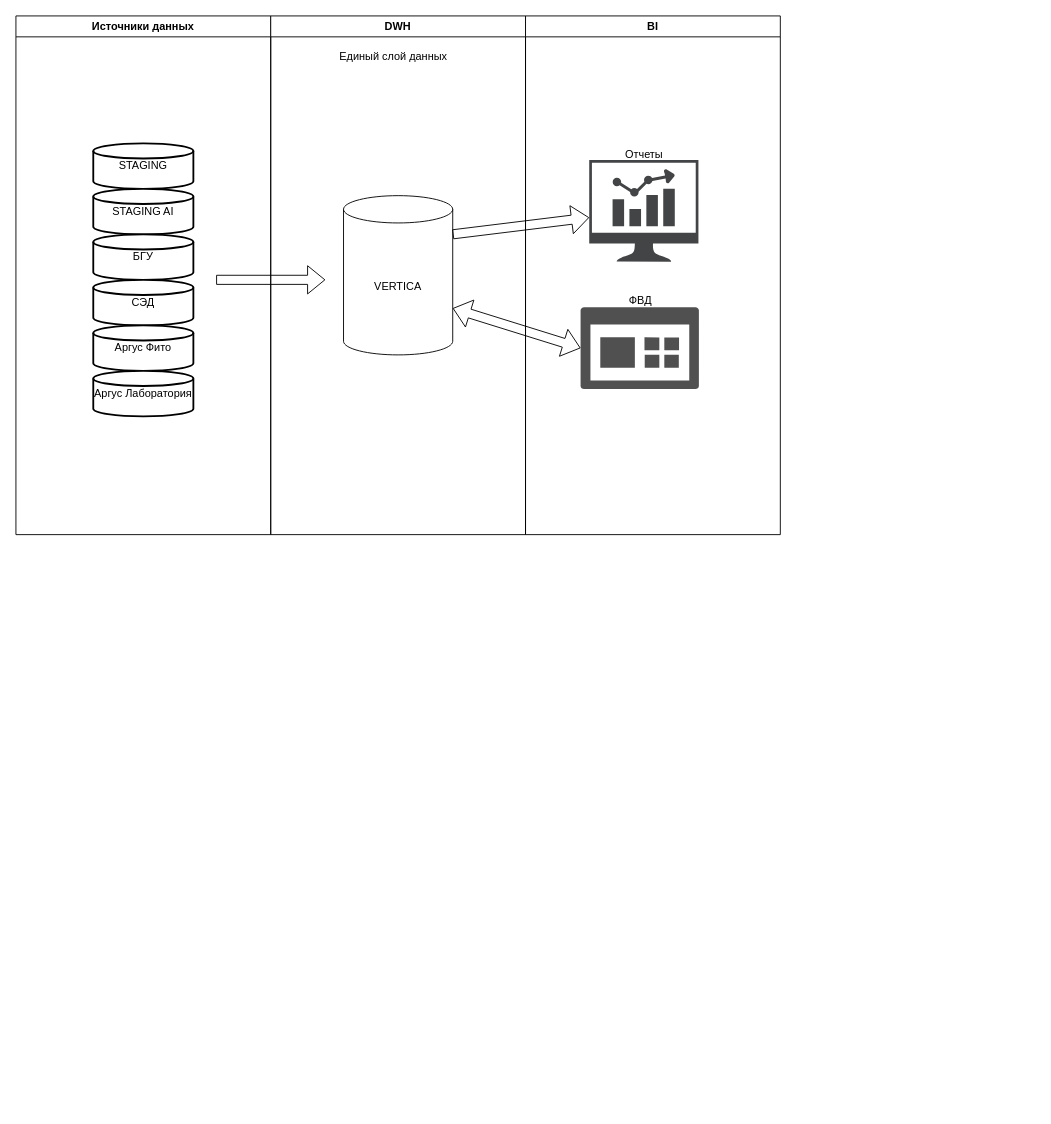
Above: page "Страница — 5" (5 of 5) of DEV_RSHN.drawio in Neutr1-n0/draw_io (draw.io), before the change. Source tidied: cells renumbered, new cells numbered last; positions are measured from the earlier drawing's top-left corner, leaving out a move shared by most shapes. Both pictures are drawn from the tidied source at 91%, with x=0, y=0 at pixel (15, 15).
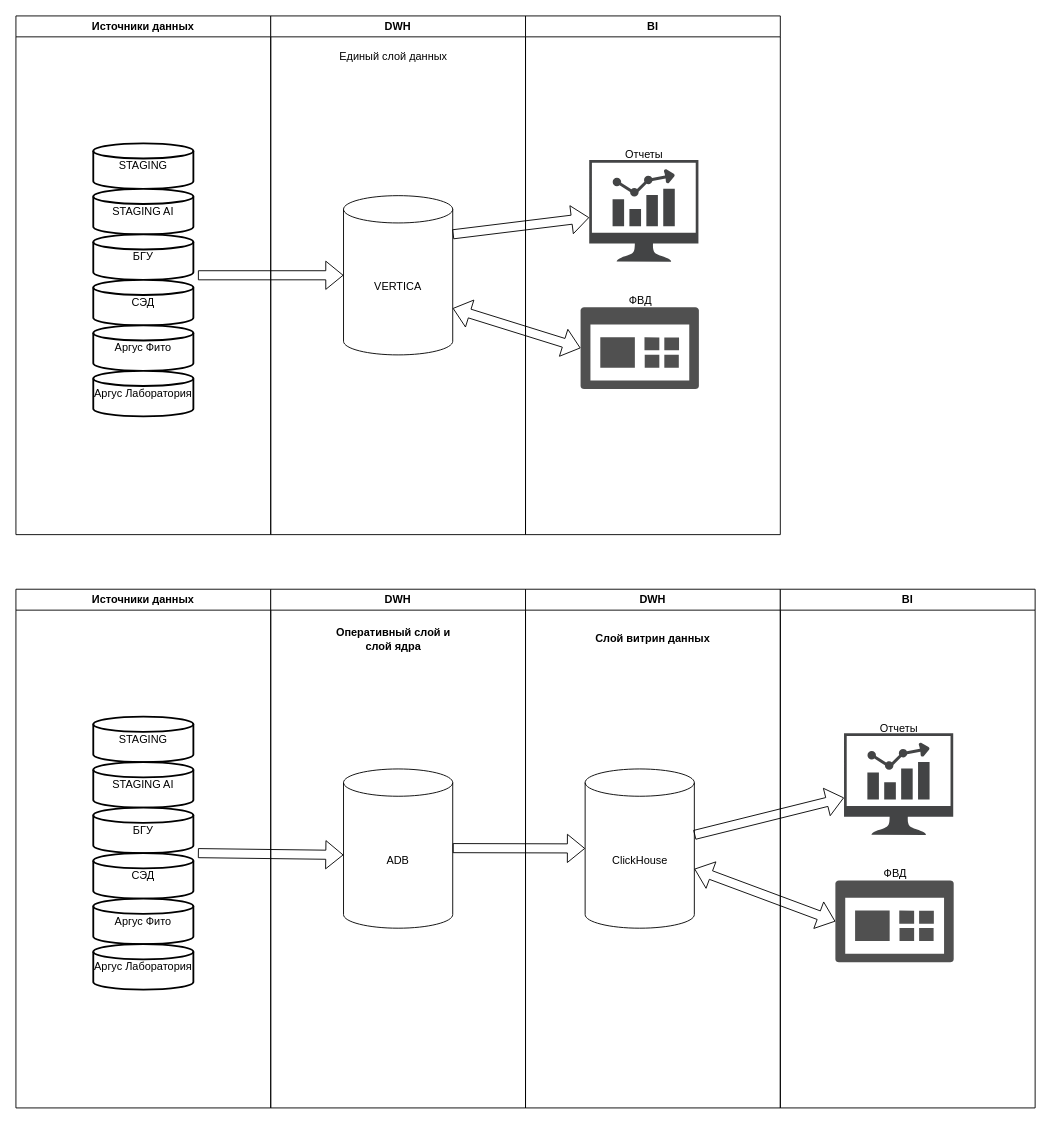
Above is the later version.

Unchanged cells that the change refers to:
```xml
<mxCell id="9" value="DWH" style="swimlane;whiteSpace=wrap;" parent="1" vertex="1">
  <mxGeometry x="280" width="280" height="570" as="geometry" />
</mxCell>
<mxCell id="10" value="VERTICA" style="shape=cylinder3;whiteSpace=wrap;html=1;boundedLbl=1;backgroundOutline=1;size=15;" parent="9" vertex="1">
  <mxGeometry x="80" y="197.5" width="120" height="175" as="geometry" />
</mxCell>
```

Diff of the diagram source:
```diff
@@
-    <mxCell id="12" style="shape=flexArrow;endArrow=classic;html=1;rounded=0;" parent="9" edge="1">
-      <mxGeometry relative="1" as="geometry">
-        <mxPoint x="-60" y="290" as="sourcePoint" />
-        <mxPoint x="60" y="290" as="targetPoint" />
-      </mxGeometry>
-    </mxCell>
@@
+    <mxCell id="20" value="Источники данных" style="swimlane;whiteSpace=wrap;" parent="1" vertex="1">
+      <mxGeometry y="630" width="280" height="570" as="geometry" />
+    </mxCell>
+    <mxCell id="21" value="STAGING" style="strokeWidth=2;html=1;shape=mxgraph.flowchart.database;whiteSpace=wrap;" parent="20" vertex="1">
+      <mxGeometry x="85" y="140" width="110" height="50" as="geometry" />
+    </mxCell>
+    <mxCell id="22" value="STAGING AI" style="strokeWidth=2;html=1;shape=mxgraph.flowchart.database;whiteSpace=wrap;" parent="20" vertex="1">
+      <mxGeometry x="85" y="190" width="110" height="50" as="geometry" />
+    </mxCell>
+    <mxCell id="23" value="БГУ" style="strokeWidth=2;html=1;shape=mxgraph.flowchart.database;whiteSpace=wrap;" parent="20" vertex="1">
+      <mxGeometry x="85" y="240" width="110" height="50" as="geometry" />
+    </mxCell>
+    <mxCell id="24" value="СЭД" style="strokeWidth=2;html=1;shape=mxgraph.flowchart.database;whiteSpace=wrap;" parent="20" vertex="1">
+      <mxGeometry x="85" y="290" width="110" height="50" as="geometry" />
+    </mxCell>
+    <mxCell id="25" value="Аргус Фито" style="strokeWidth=2;html=1;shape=mxgraph.flowchart.database;whiteSpace=wrap;" parent="20" vertex="1">
+      <mxGeometry x="85" y="340" width="110" height="50" as="geometry" />
+    </mxCell>
+    <mxCell id="26" value="Аргус Лаборатория" style="strokeWidth=2;html=1;shape=mxgraph.flowchart.database;whiteSpace=wrap;" parent="20" vertex="1">
+      <mxGeometry x="85" y="390" width="110" height="50" as="geometry" />
+    </mxCell>
+    <mxCell id="27" value="DWH" style="swimlane;whiteSpace=wrap;" parent="1" vertex="1">
+      <mxGeometry x="280" y="630" width="280" height="570" as="geometry" />
+    </mxCell>
+    <mxCell id="28" value="ADB" style="shape=cylinder3;whiteSpace=wrap;html=1;boundedLbl=1;backgroundOutline=1;size=15;" parent="27" vertex="1">
+      <mxGeometry x="80" y="197.5" width="120" height="175" as="geometry" />
+    </mxCell>
+    <mxCell id="29" value="Оперативный слой и слой ядра" style="text;html=1;align=center;verticalAlign=middle;whiteSpace=wrap;rounded=0;fontStyle=1;" parent="27" vertex="1">
+      <mxGeometry x="60" y="40" width="150" height="30" as="geometry" />
+    </mxCell>
+    <mxCell id="30" style="shape=flexArrow;endArrow=classic;html=1;rounded=0;" parent="27" edge="1">
+      <mxGeometry relative="1" as="geometry">
+        <mxPoint x="-80" y="290" as="sourcePoint" />
+        <mxPoint x="80" y="292" as="targetPoint" />
+      </mxGeometry>
+    </mxCell>
+    <mxCell id="31" value="DWH" style="swimlane;whiteSpace=wrap;" parent="1" vertex="1">
+      <mxGeometry x="560" y="630" width="280" height="570" as="geometry" />
+    </mxCell>
+    <mxCell id="32" value="Слой витрин данных" style="text;html=1;align=center;verticalAlign=middle;whiteSpace=wrap;rounded=0;fontStyle=1;" parent="31" vertex="1">
+      <mxGeometry x="65" y="40" width="150" height="30" as="geometry" />
+    </mxCell>
+    <mxCell id="33" value="ClickHouse" style="shape=cylinder3;whiteSpace=wrap;html=1;boundedLbl=1;backgroundOutline=1;size=15;" parent="31" vertex="1">
+      <mxGeometry x="65.5" y="197.5" width="120" height="175" as="geometry" />
+    </mxCell>
+    <mxCell id="34" style="shape=flexArrow;endArrow=classic;html=1;rounded=0;" parent="31" edge="1" target="33">
+      <mxGeometry relative="1" as="geometry">
+        <mxPoint x="-80" y="284.5" as="sourcePoint" />
+      </mxGeometry>
+    </mxCell>
+    <mxCell id="35" style="shape=flexArrow;endArrow=classic;html=1;rounded=0;" parent="31" edge="1" target="37">
+      <mxGeometry relative="1" as="geometry">
+        <mxPoint x="185.5" y="270" as="sourcePoint" />
+      </mxGeometry>
+    </mxCell>
+    <mxCell id="36" value="BI" style="swimlane;whiteSpace=wrap;" parent="1" vertex="1">
+      <mxGeometry x="840" y="630" width="280" height="570" as="geometry" />
+    </mxCell>
+    <mxCell id="37" style="sketch=0;shadow=0;dashed=0;html=1;strokeColor=none;fillColor=#434445;labelPosition=center;verticalLabelPosition=bottom;verticalAlign=top;align=center;outlineConnect=0;shape=mxgraph.vvd.nsx_dashboard;" parent="36" vertex="1">
+      <mxGeometry x="70" y="158.4" width="120" height="111.6" as="geometry" />
+    </mxCell>
+    <mxCell id="38" style="sketch=0;shadow=0;dashed=0;html=1;strokeColor=none;labelPosition=center;verticalLabelPosition=bottom;verticalAlign=top;align=center;fillColor=#505050;shape=mxgraph.mscae.intune.dashboard;" parent="36" vertex="1">
+      <mxGeometry x="60.5" y="320" width="130" height="90" as="geometry" />
+    </mxCell>
+    <mxCell id="39" value="ФВД" style="text;html=1;align=center;verticalAlign=middle;strokeColor=none;fillColor=none;" parent="36" vertex="1">
+      <mxGeometry x="100.5" y="298" width="50" height="30" as="geometry" />
+    </mxCell>
+    <mxCell id="40" value="Отчеты" style="text;html=1;align=center;verticalAlign=middle;strokeColor=none;fillColor=none;" parent="36" vertex="1">
+      <mxGeometry x="100" y="138" width="60" height="30" as="geometry" />
+    </mxCell>
+    <mxCell id="41" style="shape=flexArrow;endArrow=classic;startArrow=classic;html=1;rounded=0;entryX=0;entryY=0.5;entryDx=0;entryDy=0;entryPerimeter=0;" parent="1" edge="1" source="33" target="38">
+      <mxGeometry relative="1" as="geometry" />
+    </mxCell>
+    <mxCell id="12" style="shape=flexArrow;endArrow=classic;html=1;rounded=0;entryX=0;entryY=0.5;entryDx=0;entryDy=0;entryPerimeter=0;" parent="1" edge="1" target="10">
+      <mxGeometry relative="1" as="geometry">
+        <mxPoint x="200" y="285" as="sourcePoint" />
+      </mxGeometry>
+    </mxCell>
```
